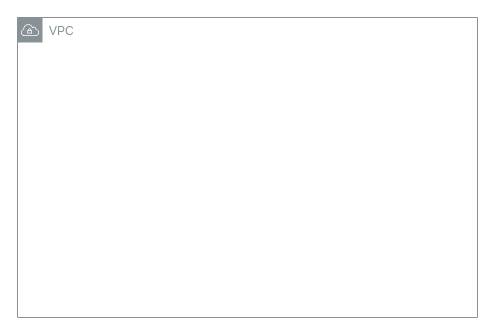
Before: Untitled Diagram.drawio in PavanThumati/AWS-Docs, a draw.io diagram. Source tidied: cells renumbered, new cells numbered last; positions are measured from the earlier drawing's top-left corner, leaving out a move shared by most shapes. Both pictures are drawn from the tidied source at 100%, with x=0, y=0 at pixel (17, 17).
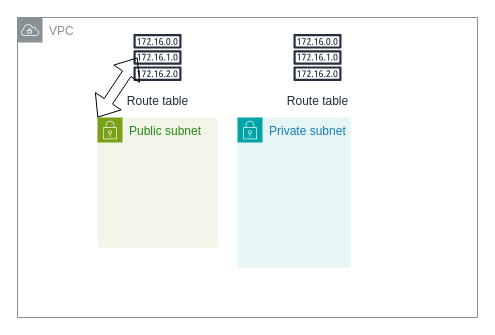
The same diagram, later.

What changed in the source:
```diff
@@
 <mxGraphModel>
   <root>
     <mxCell id="0" />
     <mxCell id="1" parent="0" />
+    <mxCell id="3" value="Public subnet" style="gradientColor=none;html=1;whiteSpace=wrap;fontSize=12;fontStyle=0;shape=mxgraph.aws4.group;grIcon=mxgraph.aws4.group_security_group;grStroke=0;strokeColor=#7AA116;fillColor=#F2F6E8;verticalAlign=top;align=left;spacingLeft=30;fontColor=#248814;dashed=0;" parent="1" vertex="1">
+      <mxGeometry x="80" y="100" width="120" height="130" as="geometry" />
+    </mxCell>
+    <mxCell id="4" value="Private subnet" style="gradientColor=none;html=1;whiteSpace=wrap;fontSize=12;fontStyle=0;shape=mxgraph.aws4.group;grIcon=mxgraph.aws4.group_security_group;grStroke=0;strokeColor=#00A4A6;fillColor=#E6F6F7;verticalAlign=top;align=left;spacingLeft=30;fontColor=#147EBA;dashed=0;" parent="1" vertex="1">
+      <mxGeometry x="220" y="100" width="113" height="150" as="geometry" />
+    </mxCell>
     <mxCell id="2" value="VPC" style="sketch=0;gradientColor=none;html=1;whiteSpace=wrap;fontSize=12;fontStyle=0;shape=mxgraph.aws4.group;grIcon=mxgraph.aws4.group_vpc;strokeColor=#879196;fillColor=none;verticalAlign=top;align=left;spacingLeft=30;fontColor=#879196;dashed=0;" parent="1" vertex="1">
       <mxGeometry width="460" height="300" as="geometry" />
     </mxCell>
+    <mxCell id="5" value="Route table" style="sketch=0;fontColor=#232F3E;gradientColor=none;strokeColor=#232F3E;fillColor=#ffffff;dashed=0;verticalLabelPosition=bottom;verticalAlign=top;align=center;html=1;fontSize=12;fontStyle=0;shape=mxgraph.aws4.resourceIcon;resIcon=mxgraph.aws4.route_table;" parent="1" vertex="1">
+      <mxGeometry x="110" y="10" width="60" height="60" as="geometry" />
+    </mxCell>
+    <mxCell id="6" value="Route table" style="sketch=0;fontColor=#232F3E;gradientColor=none;strokeColor=#232F3E;fillColor=#ffffff;dashed=0;verticalLabelPosition=bottom;verticalAlign=top;align=center;html=1;fontSize=12;fontStyle=0;shape=mxgraph.aws4.resourceIcon;resIcon=mxgraph.aws4.route_table;" parent="1" vertex="1">
+      <mxGeometry x="270" y="10" width="60" height="60" as="geometry" />
+    </mxCell>
+    <mxCell id="7" style="shape=flexArrow;endArrow=classic;startArrow=classic;html=1;rounded=0;" parent="1" edge="1">
+      <mxGeometry relative="1" as="geometry">
+        <mxPoint x="80" y="100" as="sourcePoint" />
+        <mxPoint x="120" y="40" as="targetPoint" />
+      </mxGeometry>
+    </mxCell>
   </root>
 </mxGraphModel>
```
